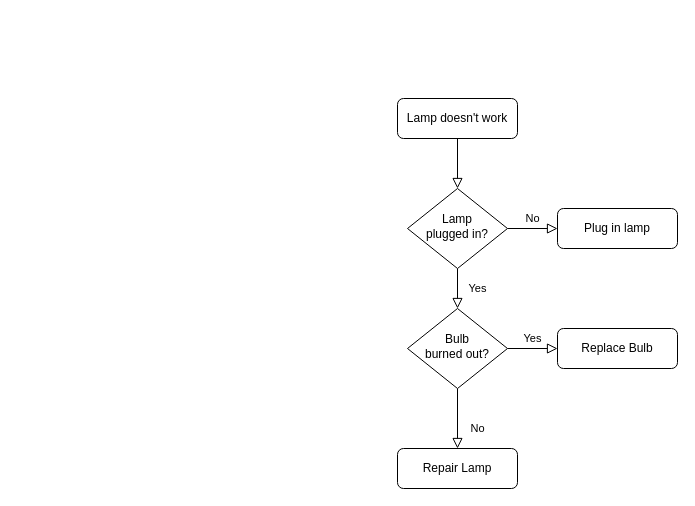
This is Untitled Diagram.drawio from beefyfinance/beefy-bi, a draw.io file, before an edit. Source tidied: cells renumbered, new cells numbered last; positions are measured from the earlier drawing's top-left corner, leaving out a move shared by most shapes. Both pictures are drawn from the tidied source at 100%, with x=0, y=0 at pixel (397, 98).
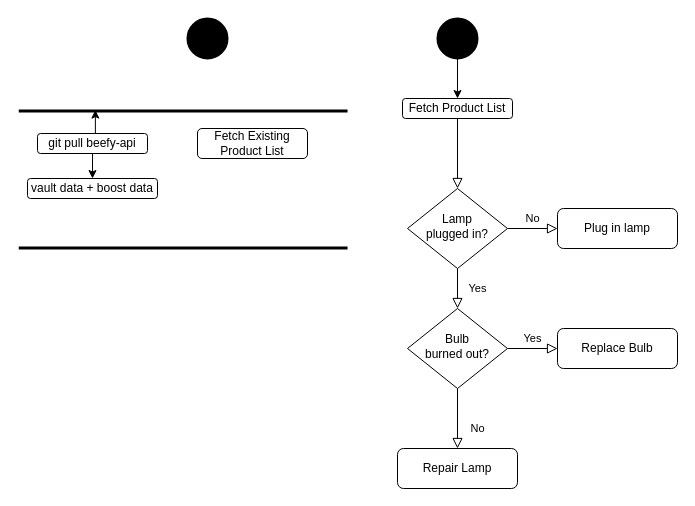
After the change.

The edit, as a diff of the source:
```diff
@@
-    <mxCell id="3" value="Lamp doesn't work" style="rounded=1;whiteSpace=wrap;html=1;fontSize=12;glass=0;strokeWidth=1;shadow=0;" parent="1" vertex="1">
-      <mxGeometry width="120" height="40" as="geometry" />
+    <mxCell id="3" value="Fetch Product List" style="rounded=1;whiteSpace=wrap;html=1;fontSize=12;glass=0;strokeWidth=1;shadow=0;" parent="1" vertex="1">
+      <mxGeometry x="5" width="110" height="20" as="geometry" />
     </mxCell>
@@
+    <mxCell id="13" style="edgeStyle=orthogonalEdgeStyle;rounded=0;jettySize=auto;html=1;" parent="1" edge="1" source="14" target="3">
+      <mxGeometry relative="1" as="geometry" />
+    </mxCell>
+    <mxCell id="14" style="shape=ellipse;html=1;fillColor=strokeColor;strokeWidth=2;verticalLabelPosition=bottom;verticalAlignment=top;perimeter=ellipsePerimeter;" parent="1" vertex="1">
+      <mxGeometry x="40" y="-80" width="40" height="40" as="geometry" />
+    </mxCell>
+    <mxCell id="15" style="shape=ellipse;html=1;fillColor=strokeColor;strokeWidth=2;verticalLabelPosition=bottom;verticalAlignment=top;perimeter=ellipsePerimeter;" parent="1" vertex="1">
+      <mxGeometry x="-210" y="-80" width="40" height="40" as="geometry" />
+    </mxCell>
+    <mxCell id="16" value="Fetch Existing Product List" style="rounded=1;whiteSpace=wrap;html=1;fontSize=12;glass=0;strokeWidth=1;shadow=0;" parent="1" vertex="1">
+      <mxGeometry x="-200" y="30" width="110" height="30" as="geometry" />
+    </mxCell>
+    <mxCell id="17" style="edgeStyle=orthogonalEdgeStyle;rounded=0;jettySize=auto;html=1;" parent="1" edge="1" source="19" target="21">
+      <mxGeometry relative="1" as="geometry" />
+    </mxCell>
+    <mxCell id="18" style="edgeStyle=orthogonalEdgeStyle;rounded=0;jettySize=auto;html=1;exitX=0.5;exitY=0;exitDx=0;exitDy=0;entryX=1.007;entryY=0.233;entryDx=0;entryDy=0;entryPerimeter=0;" parent="1" edge="1" source="19" target="20">
+      <mxGeometry relative="1" as="geometry" />
+    </mxCell>
+    <mxCell id="19" value="git pull beefy-api" style="rounded=1;whiteSpace=wrap;html=1;fontSize=12;glass=0;strokeWidth=1;shadow=0;" parent="1" vertex="1">
+      <mxGeometry x="-360" y="35" width="110" height="20" as="geometry" />
+    </mxCell>
+    <mxCell id="20" style="html=1;shape=mxgraph.sysml.actPart;strokeWidth=3;verticalAlign=top;rotation=-90;whiteSpace=wrap;" parent="1" vertex="1">
+      <mxGeometry x="-282.8" y="-83.4" width="136.9" height="328.8" as="geometry" />
+    </mxCell>
+    <mxCell id="21" value="vault data + boost data" style="rounded=1;whiteSpace=wrap;html=1;fontSize=12;glass=0;strokeWidth=1;shadow=0;" parent="1" vertex="1">
+      <mxGeometry x="-370" y="80" width="130" height="20" as="geometry" />
+    </mxCell>
```
